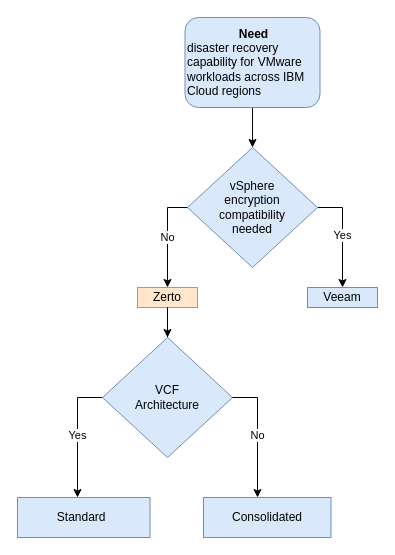
The draw.io diagram page "Zerto Deployment" (1 of 5) of image/Zerto_decision_tree.drawio in ibm-cloud-docs/pattern-zerto-dr-vcf, before the edit. Source tidied: cells renumbered, new cells numbered last; positions are measured from the earlier drawing's top-left corner, leaving out a move shared by most shapes. Both pictures are drawn from the tidied source at 100%, with x=0, y=0 at pixel (17, 17).
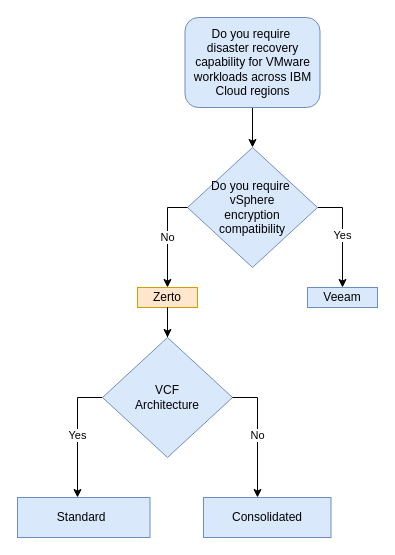
Above is the later version.

Diff of the diagram source:
```diff
@@
-    <mxCell id="3" value="&lt;div style=&quot;text-align: center;&quot;&gt;&lt;b style=&quot;background-color: initial;&quot;&gt;Need&lt;/b&gt;&lt;/div&gt;disaster recovery capability for VMware workloads across IBM Cloud regions" style="rounded=1;whiteSpace=wrap;html=1;align=left;fillColor=#dae8fc;strokeColor=#6c8ebf;" parent="1" vertex="1">
+    <mxCell id="3" value="&lt;div style=&quot;&quot;&gt;Do you require&amp;nbsp;&lt;/div&gt;disaster recovery capability for VMware workloads across IBM Cloud regions" style="rounded=1;whiteSpace=wrap;html=1;align=center;fillColor=#dae8fc;strokeColor=#6c8ebf;" parent="1" vertex="1">
       <mxGeometry x="167.5" width="135" height="90" as="geometry" />
     </mxCell>
@@
-    <mxCell id="5" value="&lt;span style=&quot;font-family: Helvetica; font-size: 12px; font-style: normal; font-variant-ligatures: normal; font-variant-caps: normal; font-weight: 400; letter-spacing: normal; orphans: 2; text-align: center; text-indent: 0px; text-transform: none; widows: 2; word-spacing: 0px; -webkit-text-stroke-width: 0px; text-decoration-thickness: initial; text-decoration-style: initial; text-decoration-color: initial; float: none; display: inline !important;&quot;&gt;vSphere &lt;br&gt;encryption &lt;br&gt;compatibility &lt;br&gt;needed&lt;/span&gt;" style="rhombus;whiteSpace=wrap;html=1;fillColor=#dae8fc;strokeColor=#6c8ebf;fontColor=default;labelBackgroundColor=none;" parent="1" vertex="1">
+    <mxCell id="5" value="&lt;span style=&quot;font-family: Helvetica; font-size: 12px; font-style: normal; font-variant-ligatures: normal; font-variant-caps: normal; font-weight: 400; letter-spacing: normal; orphans: 2; text-align: center; text-indent: 0px; text-transform: none; widows: 2; word-spacing: 0px; -webkit-text-stroke-width: 0px; text-decoration-thickness: initial; text-decoration-style: initial; text-decoration-color: initial; float: none; display: inline !important;&quot;&gt;Do you require&amp;nbsp;&lt;/span&gt;&lt;div&gt;&lt;span style=&quot;font-family: Helvetica; font-size: 12px; font-style: normal; font-variant-ligatures: normal; font-variant-caps: normal; font-weight: 400; letter-spacing: normal; orphans: 2; text-align: center; text-indent: 0px; text-transform: none; widows: 2; word-spacing: 0px; -webkit-text-stroke-width: 0px; text-decoration-thickness: initial; text-decoration-style: initial; text-decoration-color: initial; float: none; display: inline !important;&quot;&gt;vSphere &lt;br&gt;encryption &lt;br&gt;compatibility&lt;br&gt;&lt;/span&gt;&lt;/div&gt;" style="rhombus;whiteSpace=wrap;html=1;fillColor=#dae8fc;strokeColor=#6c8ebf;fontColor=default;labelBackgroundColor=none;" parent="1" vertex="1">
       <mxGeometry x="170" y="130" width="130" height="120" as="geometry" />
     </mxCell>
```
